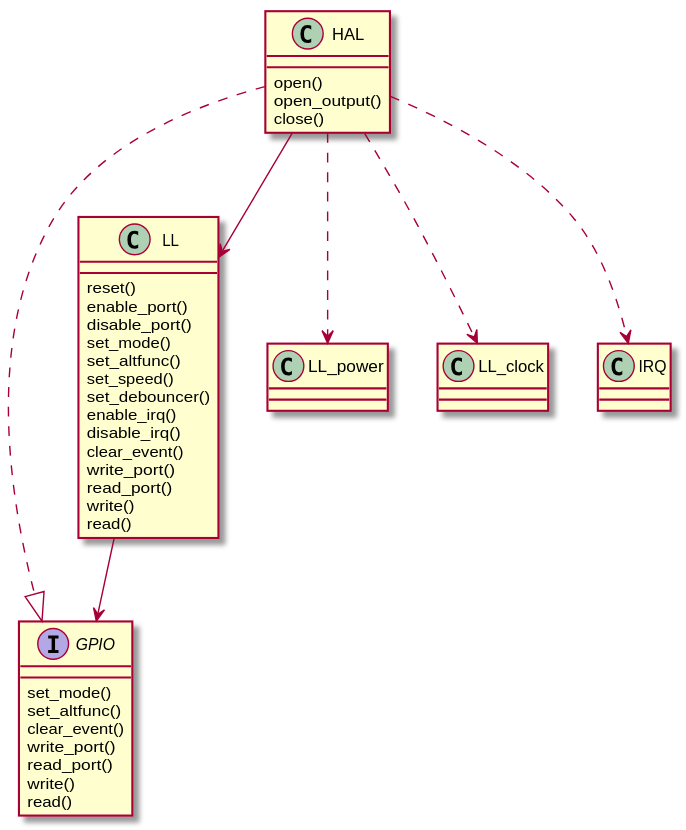
Earlier version of the PlantUML export docs/source/assets/images/gpio.svg (onkwon/halmcu).
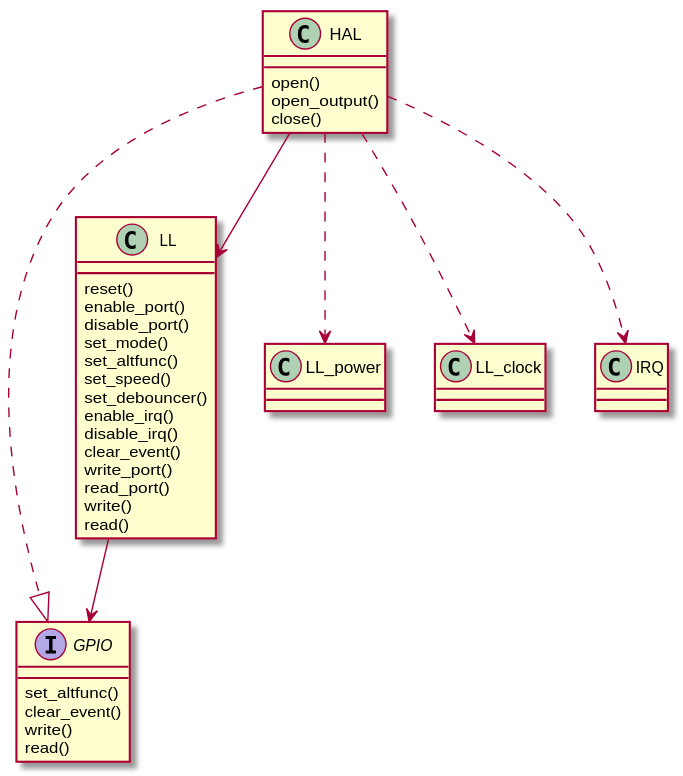
The same file after the commit.

Diff of the diagram source:
```diff
@@ -1,10 +1,7 @@
 @startuml
 interface GPIO {
-	set_mode()
 	set_altfunc()
 	clear_event()
-	write_port()
-	read_port()
 	write()
 	read()
 }
```
